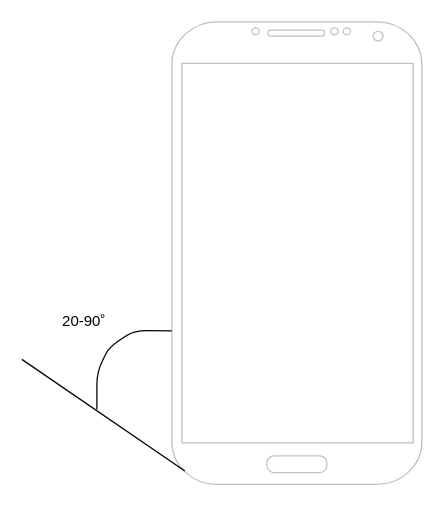
NeverMore2023/sunos keeps this draw.io diagram as 专利.drawio. Above is the earlier version. Source tidied: cells renumbered, new cells numbered last; positions are measured from the earlier drawing's top-left corner, leaving out a move shared by most shapes. Both pictures are drawn from the tidied source at 125%, with x=0, y=0 at pixel (21, 21).
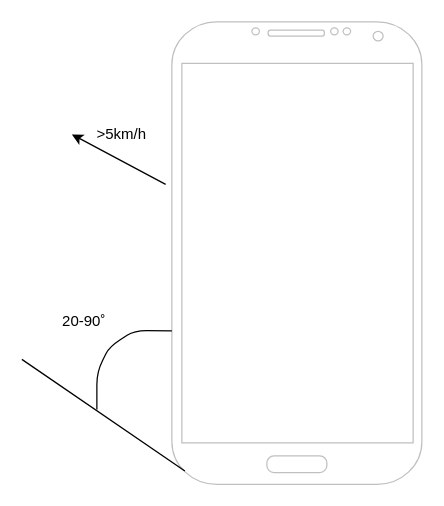
After the change.

The edit, as a diff of the source:
```diff
@@
 <mxGraphModel>
   <root>
     <mxCell id="0" />
     <mxCell id="1" parent="0" />
     <mxCell id="2" style="verticalLabelPosition=bottom;verticalAlign=top;html=1;shadow=0;dashed=0;strokeWidth=1;shape=mxgraph.android.phone2;strokeColor=#c0c0c0;" parent="1" vertex="1">
       <mxGeometry x="120" width="200" height="370" as="geometry" />
     </mxCell>
     <mxCell id="3" style="endArrow=none;html=1;exitX=0.052;exitY=0.971;exitDx=0;exitDy=0;exitPerimeter=0;" parent="1" edge="1" source="2">
       <mxGeometry relative="1" as="geometry">
         <mxPoint y="270" as="targetPoint" />
       </mxGeometry>
     </mxCell>
     <mxCell id="4" style="endArrow=none;html=1;entryX=0;entryY=0.668;entryDx=0;entryDy=0;entryPerimeter=0;" parent="1" edge="1" target="2">
       <mxGeometry relative="1" as="geometry">
         <mxPoint x="60" y="310" as="sourcePoint" />
         <Array as="points">
           <mxPoint x="60" y="280" />
           <mxPoint x="70" y="260" />
           <mxPoint x="90" y="247" />
         </Array>
       </mxGeometry>
     </mxCell>
     <mxCell id="5" value="20-90˚" style="text;html=1;strokeColor=none;fillColor=none;align=center;verticalAlign=middle;whiteSpace=wrap;rounded=0;" parent="1" vertex="1">
       <mxGeometry x="30" y="230" width="40" height="20" as="geometry" />
     </mxCell>
+    <mxCell id="6" style="endArrow=classic;html=1;" parent="1" edge="1">
+      <mxGeometry relative="1" as="geometry">
+        <mxPoint x="115" y="130" as="sourcePoint" />
+        <mxPoint x="40" y="90" as="targetPoint" />
+      </mxGeometry>
+    </mxCell>
+    <mxCell id="7" value="&amp;gt;5km/h" style="text;html=1;strokeColor=none;fillColor=none;align=center;verticalAlign=middle;whiteSpace=wrap;rounded=0;" parent="1" vertex="1">
+      <mxGeometry x="60" y="80" width="40" height="20" as="geometry" />
+    </mxCell>
   </root>
 </mxGraphModel>
```
